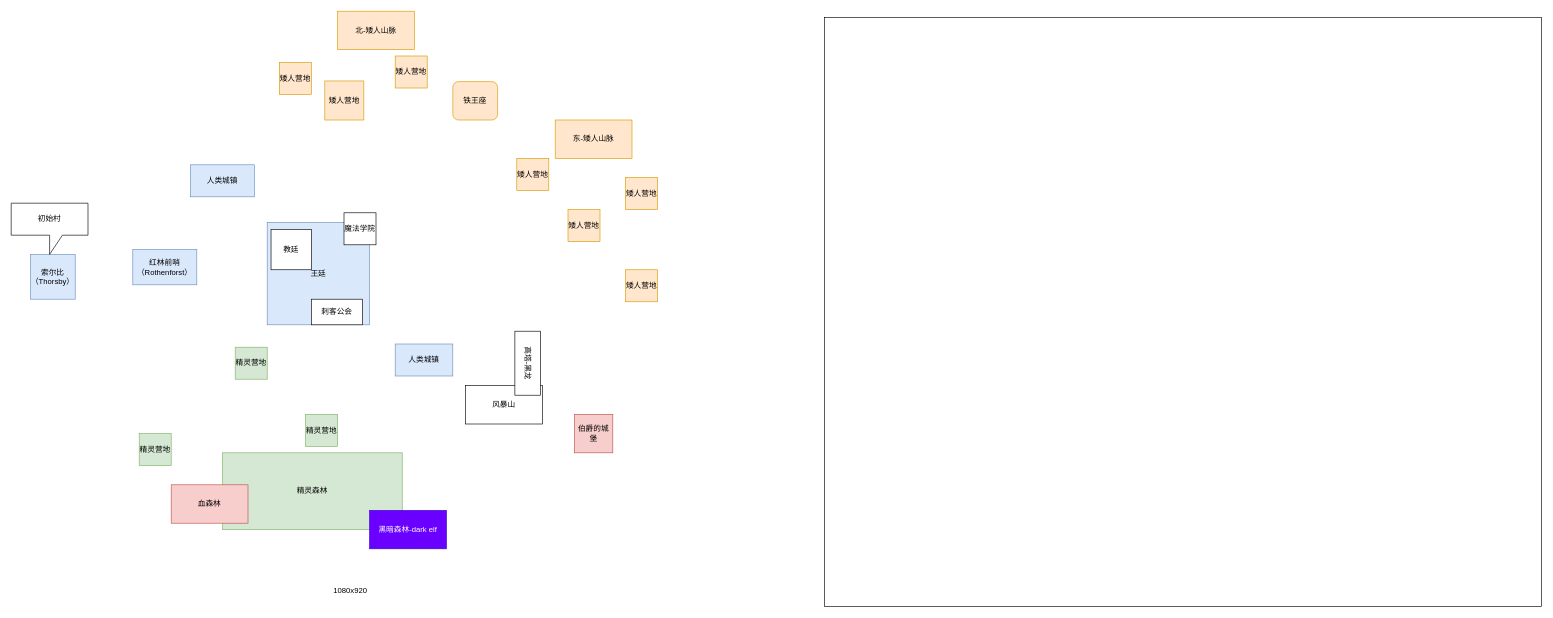
This is doc/worldmap.drawio from Cryptocho/trogue, a draw.io file, before an edit. Source tidied: cells renumbered, new cells numbered last; positions are measured from the earlier drawing's top-left corner, leaving out a move shared by most shapes. Both pictures are drawn from the tidied source at 64%, with x=0, y=0 at pixel (11, 11).
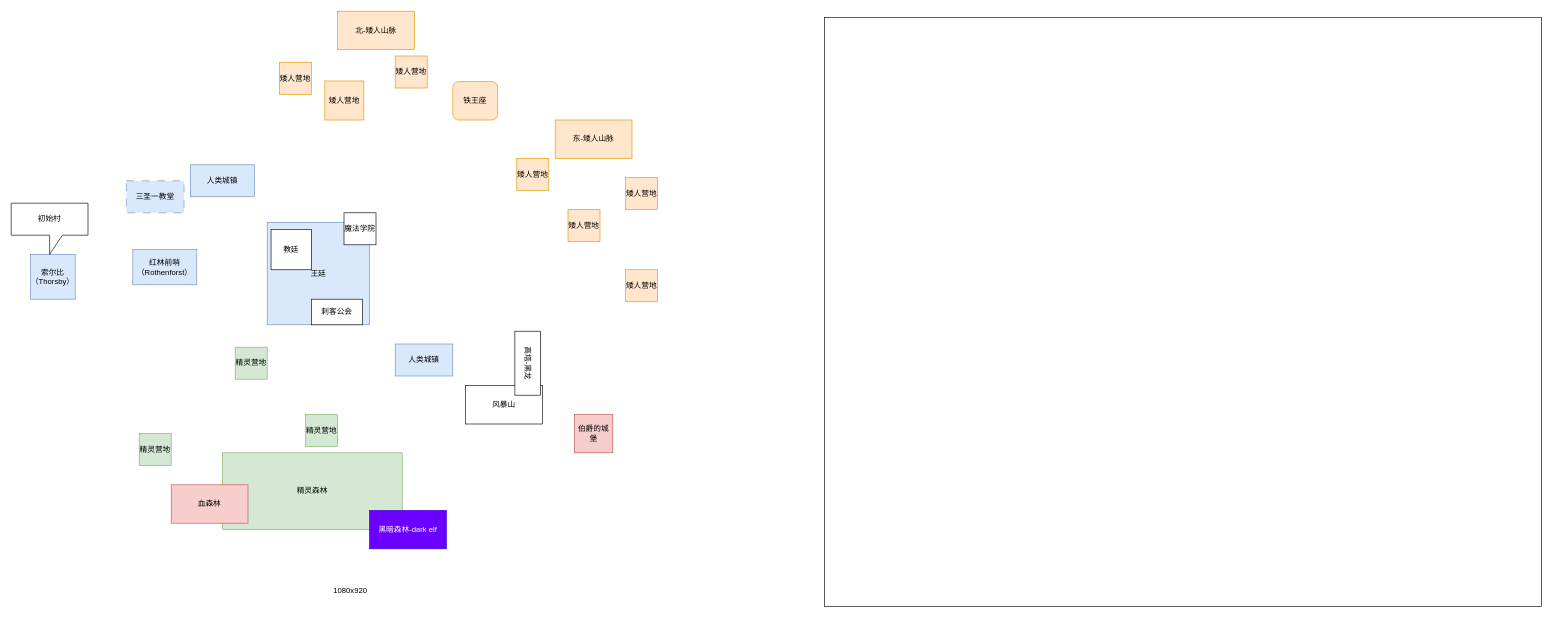
The same diagram, later.

Commit message (it also covers changes not shown here):
story-conti2

Diff of the diagram source:
```diff
@@
+    <mxCell id="32" value="三圣一教堂" style="rounded=0;whiteSpace=wrap;html=1;fillColor=#dae8fc;strokeColor=#6c8ebf;dashed=1;dashPattern=12 12;" parent="1" vertex="1">
+      <mxGeometry x="180" y="265" width="90" height="50" as="geometry" />
+    </mxCell>
```
